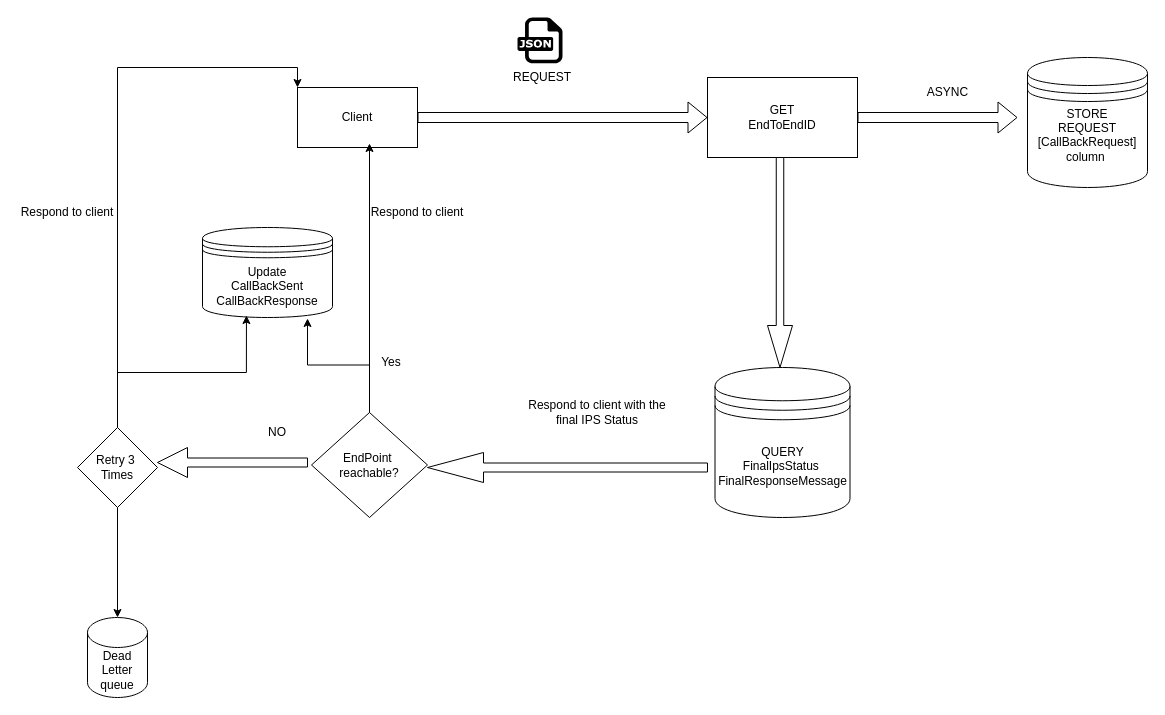
This is page "Page-2" (2 of 2) of Untitled Diagram.drawio from evankahenya/portfolio, a draw.io file, before an edit. Source tidied: cells renumbered, new cells numbered last; positions are measured from the earlier drawing's top-left corner, leaving out a move shared by most shapes. Both pictures are drawn from the tidied source at 100%, with x=0, y=0 at pixel (17, 17).
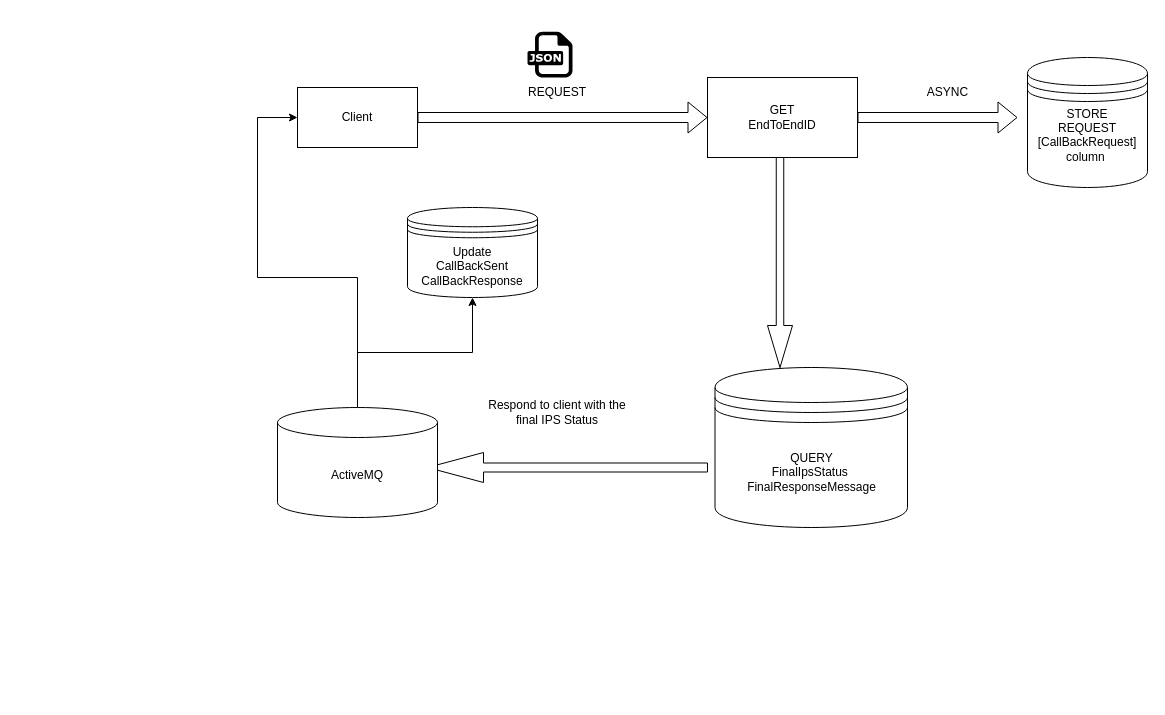
After the change.

Unchanged cells that the change refers to:
```xml
<mxCell id="12" value="Client" style="rounded=0;whiteSpace=wrap;html=1;" parent="1" vertex="1">
  <mxGeometry x="280" y="70" width="120" height="60" as="geometry" />
</mxCell>
```

The edit, as a diff of the source:
```diff
@@
     <mxCell id="3" value="REQUEST" style="text;html=1;align=center;verticalAlign=middle;whiteSpace=wrap;rounded=0;" parent="1" vertex="1">
-      <mxGeometry x="480" y="40" width="90" height="40" as="geometry" />
+      <mxGeometry x="495" y="70" width="90" height="10" as="geometry" />
     </mxCell>
     <mxCell id="4" style="dashed=0;html=1;align=center;labelPosition=center;verticalLabelPosition=bottom;verticalAlign=top;shape=mxgraph.weblogos.json;" parent="1" vertex="1">
-      <mxGeometry x="500" width="45" height="45.8" as="geometry" />
+      <mxGeometry x="510" y="14.2" width="45" height="45.8" as="geometry" />
     </mxCell>
@@
     <mxCell id="11" value="QUERY&lt;div&gt;FinalIpsStatus&amp;nbsp;&lt;/div&gt;&lt;div&gt;FinalResponseMessage&lt;/div&gt;" style="shape=datastore;whiteSpace=wrap;html=1;" parent="1" vertex="1">
-      <mxGeometry x="697.5" y="350" width="135" height="150" as="geometry" />
+      <mxGeometry x="697.5" y="350" width="192.5" height="160" as="geometry" />
     </mxCell>
@@
-    <mxCell id="13" value="EndPoint&amp;nbsp;&lt;div&gt;reachable?&lt;/div&gt;" style="rhombus;whiteSpace=wrap;html=1;" parent="1" vertex="1">
-      <mxGeometry x="294" y="395" width="116" height="105" as="geometry" />
-    </mxCell>
@@
     <mxCell id="15" value="Respond to client with the final IPS Status" style="text;html=1;align=center;verticalAlign=middle;whiteSpace=wrap;rounded=0;" parent="1" vertex="1">
-      <mxGeometry x="510" y="380" width="140" height="30" as="geometry" />
+      <mxGeometry x="470" y="380" width="140" height="30" as="geometry" />
     </mxCell>
-    <mxCell id="16" value="Yes" style="text;html=1;align=center;verticalAlign=middle;whiteSpace=wrap;rounded=0;" parent="1" vertex="1">
-      <mxGeometry x="344" y="330" width="60" height="30" as="geometry" />
-    </mxCell>
-    <mxCell id="17" value="NO" style="text;html=1;align=center;verticalAlign=middle;whiteSpace=wrap;rounded=0;" parent="1" vertex="1">
-      <mxGeometry x="230" y="400" width="60" height="30" as="geometry" />
-    </mxCell>
-    <mxCell id="18" style="shape=singleArrow;direction=west;whiteSpace=wrap;html=1;" parent="1" vertex="1">
-      <mxGeometry x="140" y="430" width="150" height="30" as="geometry" />
-    </mxCell>
-    <mxCell id="19" style="edgeStyle=orthogonalEdgeStyle;rounded=0;jettySize=auto;html=1;exitX=0.5;exitY=1;exitDx=0;exitDy=0;" parent="1" edge="1" source="21" target="22">
-      <mxGeometry relative="1" as="geometry" />
-    </mxCell>
-    <mxCell id="20" style="edgeStyle=orthogonalEdgeStyle;rounded=0;jettySize=auto;html=1;exitX=0.5;exitY=0;exitDx=0;exitDy=0;entryX=0;entryY=0;entryDx=0;entryDy=0;" parent="1" edge="1" source="21" target="12">
-      <mxGeometry relative="1" as="geometry" />
-    </mxCell>
-    <mxCell id="21" value="Retry 3&amp;nbsp;&lt;div&gt;Times&lt;/div&gt;" style="rhombus;whiteSpace=wrap;html=1;" parent="1" vertex="1">
-      <mxGeometry x="60" y="410" width="80" height="80" as="geometry" />
-    </mxCell>
+    <mxCell id="29" style="edgeStyle=orthogonalEdgeStyle;rounded=0;jettySize=auto;html=1;entryX=0.5;entryY=1;entryDx=0;entryDy=0;" parent="1" edge="1" source="22" target="23">
+      <mxGeometry relative="1" as="geometry" />
+    </mxCell>
+    <mxCell id="30" style="edgeStyle=orthogonalEdgeStyle;rounded=0;jettySize=auto;html=1;entryX=0;entryY=0.5;entryDx=0;entryDy=0;" parent="1" edge="1" source="22" target="12">
+      <mxGeometry relative="1" as="geometry" />
+    </mxCell>
-    <mxCell id="22" value="Dead&lt;div&gt;Letter queue&lt;/div&gt;" style="shape=cylinder3;whiteSpace=wrap;html=1;boundedLbl=1;backgroundOutline=1;size=15;" parent="1" vertex="1">
-      <mxGeometry x="70" y="600" width="60" height="80" as="geometry" />
+    <mxCell id="22" value="ActiveMQ" style="shape=cylinder3;whiteSpace=wrap;html=1;boundedLbl=1;backgroundOutline=1;size=15;" parent="1" vertex="1">
+      <mxGeometry x="260" y="390" width="160" height="110" as="geometry" />
     </mxCell>
     <mxCell id="23" value="Update&lt;div&gt;CallBackSent&lt;/div&gt;&lt;div&gt;CallBackResponse&lt;/div&gt;" style="shape=datastore;whiteSpace=wrap;html=1;" parent="1" vertex="1">
-      <mxGeometry x="185" y="210" width="130" height="90" as="geometry" />
+      <mxGeometry x="390" y="190" width="130" height="90" as="geometry" />
     </mxCell>
-    <mxCell id="24" style="edgeStyle=orthogonalEdgeStyle;rounded=0;jettySize=auto;html=1;exitX=0.5;exitY=0;exitDx=0;exitDy=0;entryX=0.338;entryY=0.978;entryDx=0;entryDy=0;entryPerimeter=0;" parent="1" edge="1" source="21" target="23">
-      <mxGeometry relative="1" as="geometry" />
-    </mxCell>
-    <mxCell id="25" style="edgeStyle=orthogonalEdgeStyle;rounded=0;jettySize=auto;html=1;exitX=0.5;exitY=0;exitDx=0;exitDy=0;entryX=0.808;entryY=1.011;entryDx=0;entryDy=0;entryPerimeter=0;" parent="1" edge="1" source="13" target="23">
-      <mxGeometry relative="1" as="geometry" />
-    </mxCell>
-    <mxCell id="26" style="edgeStyle=orthogonalEdgeStyle;rounded=0;jettySize=auto;html=1;exitX=0.5;exitY=0;exitDx=0;exitDy=0;entryX=0.6;entryY=0.933;entryDx=0;entryDy=0;entryPerimeter=0;" parent="1" edge="1" source="13" target="12">
-      <mxGeometry relative="1" as="geometry" />
-    </mxCell>
-    <mxCell id="27" value="Respond to client" style="text;html=1;align=center;verticalAlign=middle;whiteSpace=wrap;rounded=0;" parent="1" vertex="1">
-      <mxGeometry x="350" y="180" width="100" height="30" as="geometry" />
-    </mxCell>
-    <mxCell id="28" value="Respond to client" style="text;html=1;align=center;verticalAlign=middle;whiteSpace=wrap;rounded=0;" parent="1" vertex="1">
-      <mxGeometry y="180" width="100" height="30" as="geometry" />
-    </mxCell>
```
